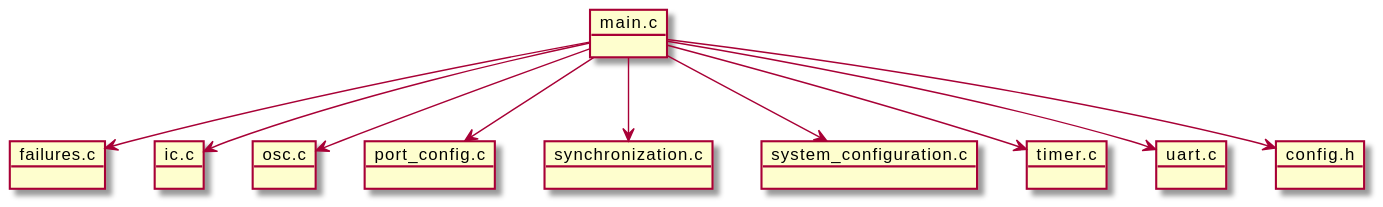
Before: Nouveau PIR/docs/dependency-graphs/dependency_graph_main.svg, a diagram exported from PlantUML (hmathieu31/JammerBox-System). Source of this version:
```plantuml
@startuml
object main.c
object failures.c
object ic.c
object osc.c
object port_config.c
object synchronization.c
object system_configuration.c
object timer.c
object uart.c
object config.h

main.c --> config.h
main.c --> osc.c
main.c --> timer.c
main.c --> ic.c
main.c --> uart.c
main.c --> port_config.c
main.c --> system_configuration.c
main.c --> synchronization.c
main.c --> failures.c

@enduml
```
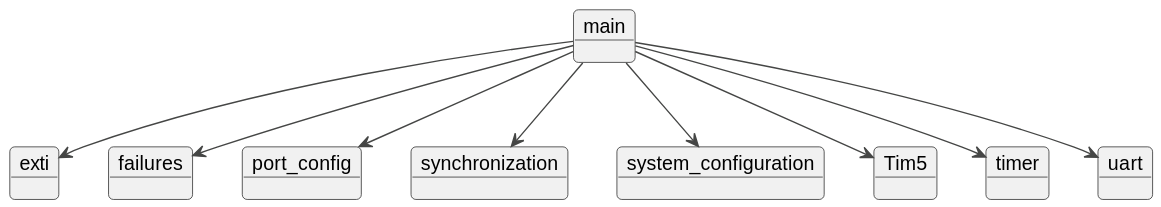
Later version of the same file.

Commit message:
📝 Update dependency graphs

Diff of the diagram source:
```diff
@@ -1,23 +1,23 @@
 @startuml
-object main.c
-object failures.c
-object ic.c
-object osc.c
-object port_config.c
-object synchronization.c
-object system_configuration.c
-object timer.c
-object uart.c
-object config.h
+!theme toy
+skinparam backgroundColor #ffffff
 
-main.c --> config.h
-main.c --> osc.c
-main.c --> timer.c
-main.c --> ic.c
-main.c --> uart.c
-main.c --> port_config.c
-main.c --> system_configuration.c
-main.c --> synchronization.c
-main.c --> failures.c
+object main
+object exti
+object failures
+object port_config
+object synchronization
+object system_configuration
+object Tim5
+object timer
+object uart
 
+main --> failures
+main --> exti
+main --> port_config
+main --> synchronization
+main --> system_configuration
+main --> timer
+main --> uart
+main --> Tim5
 @enduml
```
